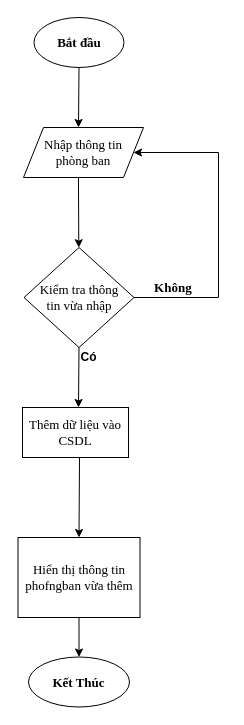
dodangtuan/baocaoss keeps this draw.io diagram as themphonban.drawio. Above is the earlier version. Source tidied: cells renumbered, new cells numbered last; positions are measured from the earlier drawing's top-left corner, leaving out a move shared by most shapes. Both pictures are drawn from the tidied source at 100%, with x=0, y=0 at pixel (18, 17).
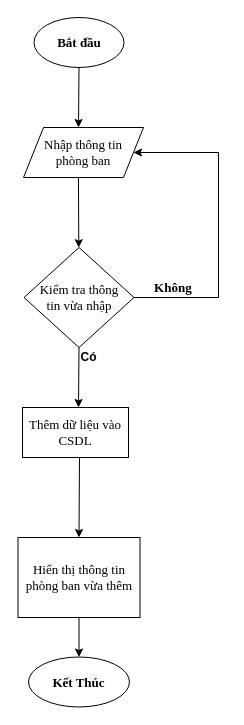
Above is the later version.

What changed in the source:
```diff
@@
 <mxGraphModel>
   <root>
     <mxCell id="0" />
     <mxCell id="1" parent="0" />
     <mxCell id="2" style="edgeStyle=orthogonalEdgeStyle;rounded=0;jettySize=auto;html=1;exitX=0.5;exitY=1;exitDx=0;exitDy=0;fontSize=13;fontFamily=Times New Roman;fontStyle=0;" parent="1" edge="1" source="3">
       <mxGeometry relative="1" as="geometry">
         <mxPoint x="60" y="110" as="targetPoint" />
       </mxGeometry>
     </mxCell>
     <mxCell id="3" value="&lt;font style=&quot;font-size: 13px;&quot;&gt;Bắt đầu&lt;/font&gt;" style="ellipse;whiteSpace=wrap;html=1;fontSize=13;fontFamily=Times New Roman;fontStyle=1;" parent="1" vertex="1">
       <mxGeometry x="15.5" width="90" height="50" as="geometry" />
     </mxCell>
     <mxCell id="4" style="rounded=0;jettySize=auto;html=1;exitX=0.458;exitY=0.978;exitDx=0;exitDy=0;exitPerimeter=0;fontSize=13;fontFamily=Times New Roman;fontStyle=0;" parent="1" edge="1" source="5" target="8">
       <mxGeometry relative="1" as="geometry" />
     </mxCell>
     <mxCell id="5" value="&lt;font style=&quot;font-size: 13px;&quot;&gt;Nhập thông tin&lt;br&gt;phòng ban&lt;br&gt;&lt;/font&gt;" style="shape=parallelogram;perimeter=parallelogramPerimeter;whiteSpace=wrap;html=1;fixedSize=1;fontSize=13;fontFamily=Times New Roman;fontStyle=0;" parent="1" vertex="1">
       <mxGeometry x="5" y="110" width="120" height="50" as="geometry" />
     </mxCell>
     <mxCell id="6" style="rounded=0;jettySize=auto;html=1;exitX=0.5;exitY=1;exitDx=0;exitDy=0;fontSize=13;fontFamily=Times New Roman;fontStyle=0;" parent="1" edge="1" source="8">
       <mxGeometry relative="1" as="geometry">
         <mxPoint x="60" y="390" as="targetPoint" />
       </mxGeometry>
     </mxCell>
     <mxCell id="7" style="edgeStyle=elbowEdgeStyle;rounded=0;jettySize=auto;html=1;exitX=1;exitY=0.5;exitDx=0;exitDy=0;entryX=1;entryY=0.5;entryDx=0;entryDy=0;" parent="1" edge="1" source="8" target="5">
       <mxGeometry relative="1" as="geometry">
         <Array as="points">
           <mxPoint x="200" y="150" />
           <mxPoint x="200" y="170" />
         </Array>
       </mxGeometry>
     </mxCell>
     <mxCell id="8" value="Kiểm tra thông&lt;br&gt;tin vừa nhập" style="rhombus;whiteSpace=wrap;html=1;fontSize=13;fontFamily=Times New Roman;fontStyle=0;" parent="1" vertex="1">
       <mxGeometry x="5.5" y="230" width="110" height="100" as="geometry" />
     </mxCell>
     <mxCell id="9" style="rounded=0;orthogonalLoop=1;jettySize=auto;html=1;entryX=0.5;entryY=0;entryDx=0;entryDy=0;" parent="1" edge="1">
       <mxGeometry relative="1" as="geometry">
         <mxPoint x="61" y="440" as="sourcePoint" />
         <mxPoint x="60.5" y="520" as="targetPoint" />
       </mxGeometry>
     </mxCell>
     <mxCell id="10" value="Thêm dữ liệu vào CSDL" style="rounded=0;whiteSpace=wrap;html=1;fontSize=13;fontFamily=Times New Roman;fontStyle=0;" parent="1" vertex="1">
       <mxGeometry x="4" y="390" width="106" height="50" as="geometry" />
     </mxCell>
     <mxCell id="11" value="&lt;font style=&quot;font-size: 13px;&quot;&gt;&lt;span style=&quot;font-size: 13px;&quot;&gt;Kết Thúc&lt;/span&gt;&lt;/font&gt;" style="ellipse;whiteSpace=wrap;html=1;fontSize=13;fontFamily=Times New Roman;fontStyle=1;" parent="1" vertex="1">
       <mxGeometry x="10" y="639.5" width="101" height="50" as="geometry" />
     </mxCell>
     <mxCell id="12" value="&lt;b&gt;Không&amp;nbsp;&lt;br&gt;&lt;/b&gt;" style="text;html=1;align=center;verticalAlign=middle;strokeColor=none;fillColor=none;fontSize=13;fontFamily=Times New Roman;fontStyle=0;" parent="1" vertex="1">
       <mxGeometry x="125.5" y="255" width="60" height="30" as="geometry" />
     </mxCell>
     <mxCell id="13" value="&lt;b&gt;Có&lt;/b&gt;" style="text;html=1;align=center;verticalAlign=middle;strokeColor=none;fillColor=none;" parent="1" vertex="1">
       <mxGeometry x="50" y="325" width="40" height="30" as="geometry" />
     </mxCell>
     <mxCell id="14" style="rounded=0;jettySize=auto;html=1;exitX=0.5;exitY=1;exitDx=0;exitDy=0;" parent="1" edge="1" source="15" target="11">
       <mxGeometry relative="1" as="geometry" />
     </mxCell>
-    <mxCell id="15" value="Hiển thị thông tin phofngban vừa thêm" style="rounded=0;whiteSpace=wrap;html=1;fontSize=13;fontFamily=Times New Roman;fontStyle=0;" parent="1" vertex="1">
+    <mxCell id="15" value="Hiển thị thông tin phòng ban vừa thêm" style="rounded=0;whiteSpace=wrap;html=1;fontSize=13;fontFamily=Times New Roman;fontStyle=0;" parent="1" vertex="1">
       <mxGeometry x="-0.5" y="520" width="122" height="80" as="geometry" />
     </mxCell>
   </root>
 </mxGraphModel>
```
